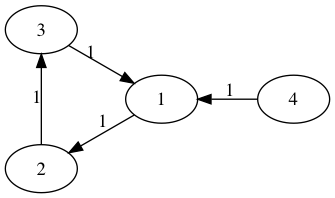
Earlier version of the Graphviz export Graphs/graph5.png (matvamo/FloydWarshall). Its source is kept beside it as Graphs/graph5.dot. Source of this version:
```dot
digraph {
    1 -> 2[label="1", weight="1"];
    2 -> 3[label="1", weight="1"];
    3 -> 1[label="1", weight="1"];
    4 -> 1[label="1", weight="1"];
}
```
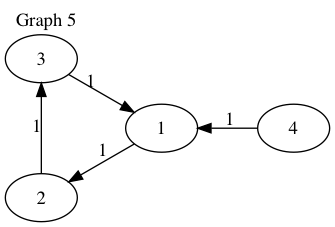
Above is the later version.

Commit message:
Edit graph dotfiles and images to include caption

What changed in the source:
```diff
@@ -1,4 +1,7 @@
 digraph {
+    label="Graph 5";
+    labelloc=top;
+    labeljust=left;
     1 -> 2[label="1", weight="1"];
     2 -> 3[label="1", weight="1"];
     3 -> 1[label="1", weight="1"];
```
